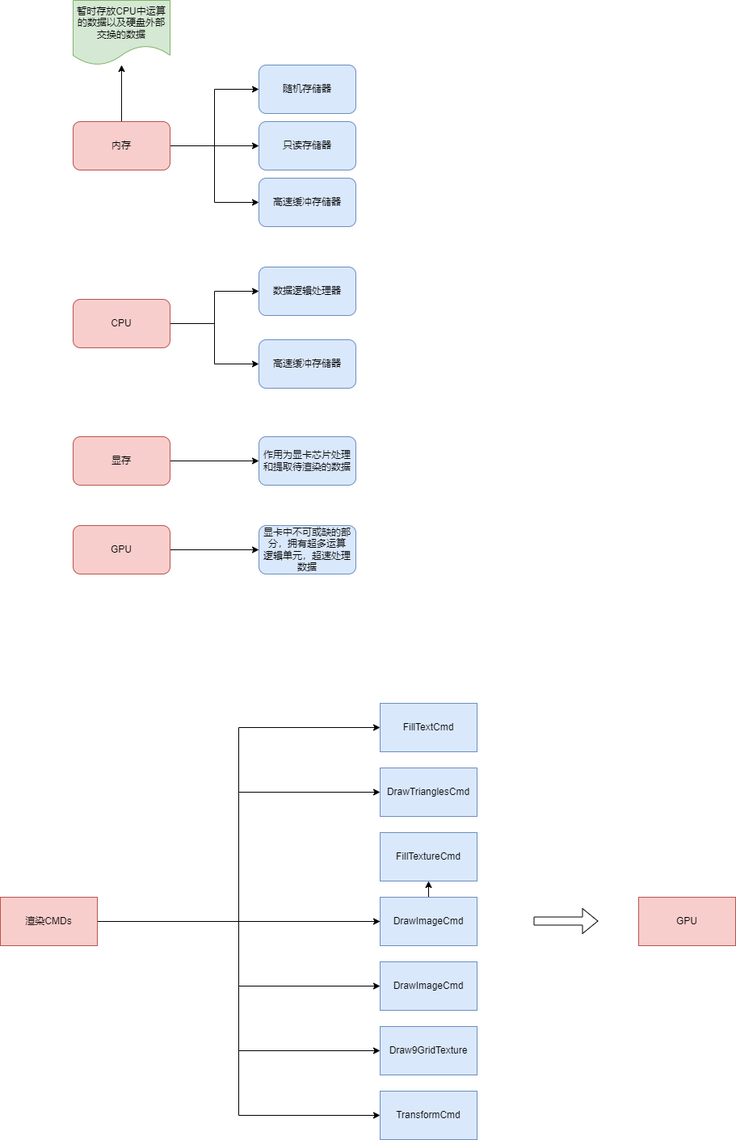
nikeoboy/mahjong keeps this draw.io diagram as 未命名绘图.drawio.png. Above is the earlier version. Source tidied: cells renumbered, new cells last; positions are measured from the earlier drawing's top-left corner, leaving out a move shared by most shapes.
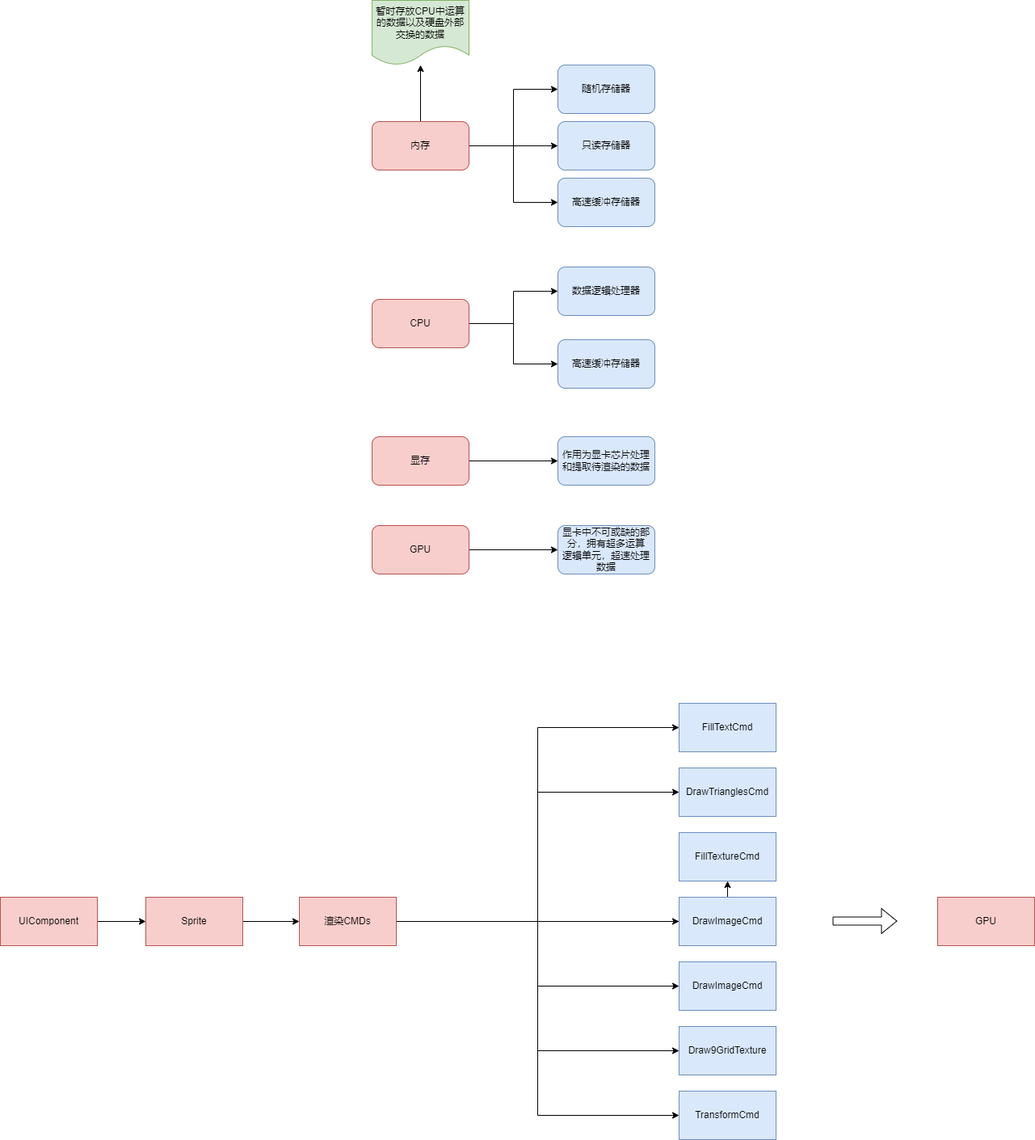
After the commit.

Commit message:
更新未命名绘图.drawio.png

What changed in the source:
```diff
@@ -116,5 +116,17 @@
     <mxCell id="38" value="TransformCmd" style="whiteSpace=wrap;html=1;rounded=0;fillColor=#dae8fc;strokeColor=#6c8ebf;" parent="1" vertex="1">
       <mxGeometry x="470" y="1350" width="120" height="60" as="geometry" />
     </mxCell>
+    <mxCell id="39" style="edgeStyle=orthogonalEdgeStyle;rounded=0;jettySize=auto;html=1;" parent="1" edge="1" source="40" target="42">
+      <mxGeometry relative="1" as="geometry" />
+    </mxCell>
+    <mxCell id="40" value="UIComponent" style="rounded=0;whiteSpace=wrap;html=1;fillColor=#f8cecc;strokeColor=#b85450;" parent="1" vertex="1">
+      <mxGeometry x="-370" y="1110" width="120" height="60" as="geometry" />
+    </mxCell>
+    <mxCell id="41" style="edgeStyle=orthogonalEdgeStyle;rounded=0;jettySize=auto;html=1;exitX=1;exitY=0.5;exitDx=0;exitDy=0;" parent="1" edge="1" source="42" target="29">
+      <mxGeometry relative="1" as="geometry" />
+    </mxCell>
+    <mxCell id="42" value="Sprite" style="whiteSpace=wrap;html=1;fillColor=#f8cecc;strokeColor=#b85450;rounded=0;" parent="1" vertex="1">
+      <mxGeometry x="-190" y="1110" width="120" height="60" as="geometry" />
+    </mxCell>
   </root>
 </mxGraphModel>
```
